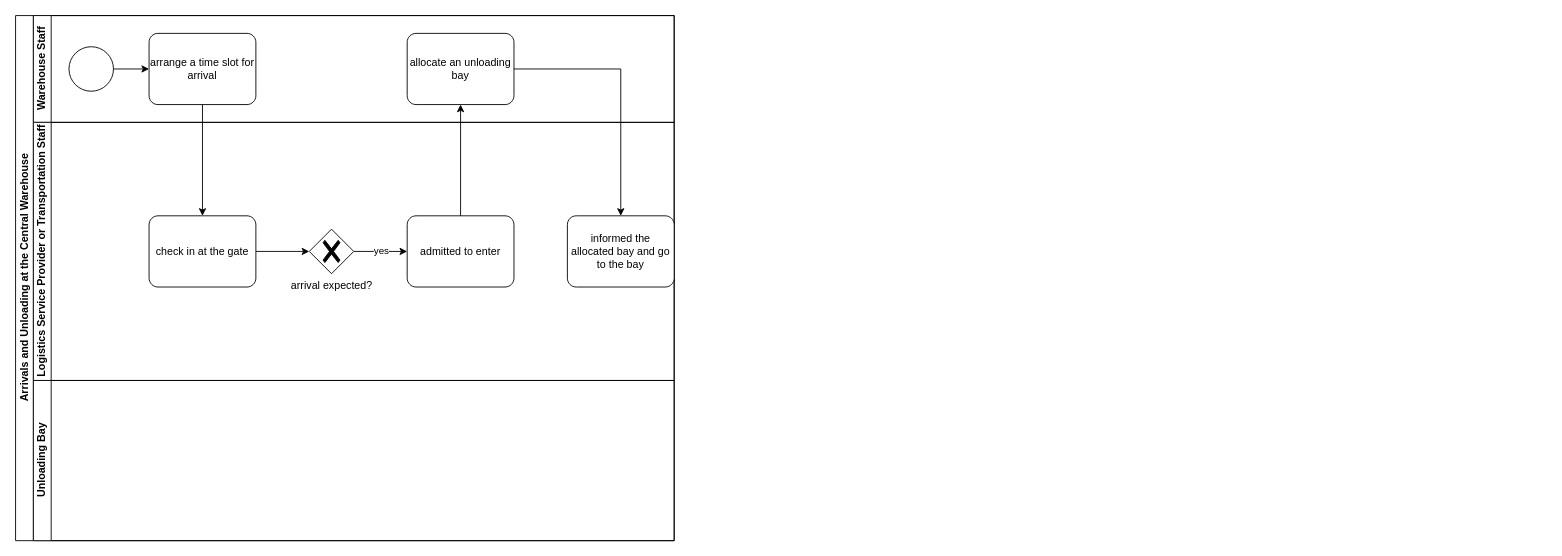
This is others/BPMN-Arrivals and Unloading at the Central Warehouse.drawio from cky008/note-nuist, a draw.io file, before an edit. Source tidied: cells renumbered, new cells numbered last; positions are measured from the earlier drawing's top-left corner, leaving out a move shared by most shapes. Both pictures are drawn from the tidied source at 89%, with x=0, y=0 at pixel (15, 15).
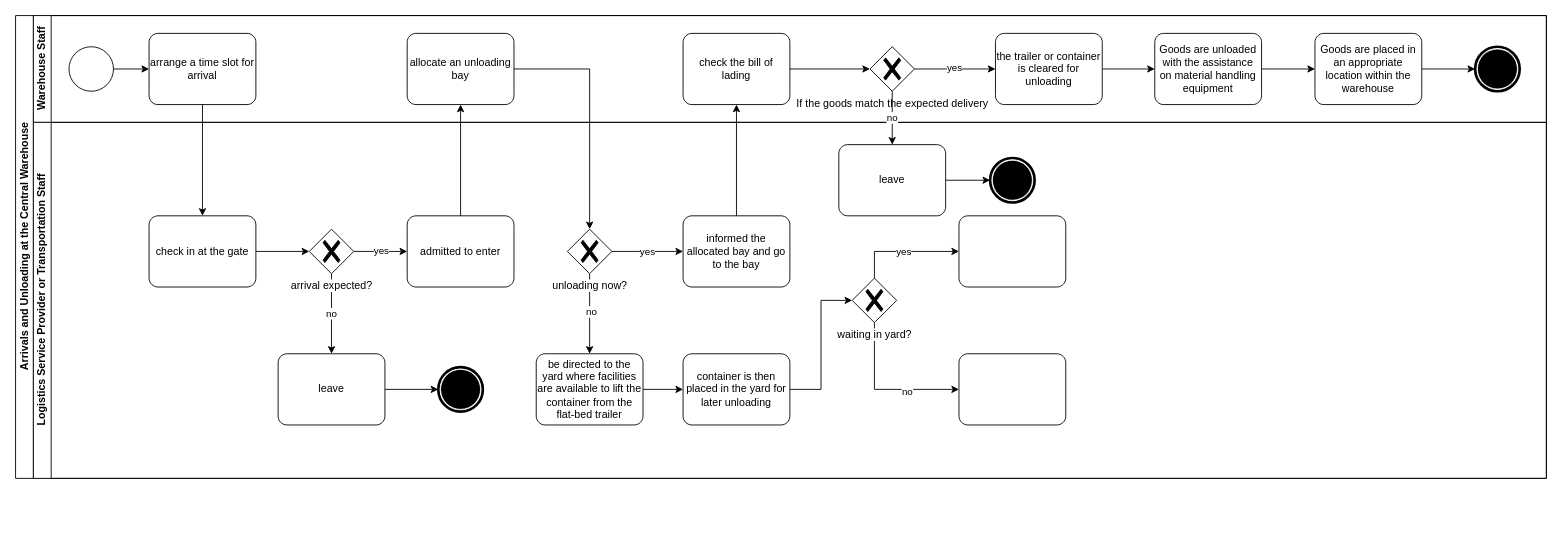
The same page after the edit.

Unchanged cells that the change refers to:
```xml
<mxCell id="7" value="allocate an unloading bay" style="points=[[0.25,0,0],[0.5,0,0],[0.75,0,0],[1,0.25,0],[1,0.5,0],[1,0.75,0],[0.75,1,0],[0.5,1,0],[0.25,1,0],[0,0.75,0],[0,0.5,0],[0,0.25,0]];shape=mxgraph.bpmn.task;whiteSpace=wrap;rectStyle=rounded;size=10;html=1;taskMarker=abstract;" parent="3" vertex="1">
  <mxGeometry x="420" y="20" width="120" height="80" as="geometry" />
</mxCell>
<mxCell id="13" value="arrival&amp;nbsp;expected?" style="points=[[0.25,0.25,0],[0.5,0,0],[0.75,0.25,0],[1,0.5,0],[0.75,0.75,0],[0.5,1,0],[0.25,0.75,0],[0,0.5,0]];shape=mxgraph.bpmn.gateway2;html=1;verticalLabelPosition=bottom;labelBackgroundColor=#ffffff;verticalAlign=top;align=center;perimeter=rhombusPerimeter;outlineConnect=0;outline=none;symbol=none;gwType=exclusive;" parent="8" vertex="1">
  <mxGeometry x="310" y="120" width="50" height="50" as="geometry" />
</mxCell>
```

Diff of the diagram source:
```diff
@@
     <mxCell id="2" value="Arrivals and Unloading at the Central Warehouse" style="swimlane;html=1;horizontal=0;startSize=20;" parent="1" vertex="1">
-      <mxGeometry width="740" height="590" as="geometry" />
+      <mxGeometry width="1720" height="520" as="geometry" />
     </mxCell>
     <mxCell id="3" value="Warehouse Staff" style="swimlane;html=1;startSize=20;horizontal=0;" parent="2" vertex="1">
-      <mxGeometry x="20" width="720" height="120" as="geometry" />
+      <mxGeometry x="20" width="1700" height="120" as="geometry" />
     </mxCell>
@@
+    <mxCell id="20" value="check the bill of lading" style="points=[[0.25,0,0],[0.5,0,0],[0.75,0,0],[1,0.25,0],[1,0.5,0],[1,0.75,0],[0.75,1,0],[0.5,1,0],[0.25,1,0],[0,0.75,0],[0,0.5,0],[0,0.25,0]];shape=mxgraph.bpmn.task;whiteSpace=wrap;rectStyle=rounded;size=10;html=1;taskMarker=abstract;" parent="3" vertex="1">
+      <mxGeometry x="730" y="20" width="120" height="80" as="geometry" />
+    </mxCell>
+    <mxCell id="21" style="edgeStyle=orthogonalEdgeStyle;rounded=0;jettySize=auto;html=1;" parent="3" edge="1" source="23" target="26">
+      <mxGeometry relative="1" as="geometry" />
+    </mxCell>
+    <mxCell id="22" value="yes" style="edgeLabel;html=1;align=center;verticalAlign=middle;" parent="21" vertex="1">
+      <mxGeometry x="-0.03" y="2" relative="1" as="geometry" />
+    </mxCell>
+    <mxCell id="23" value="If the goods match the expected delivery" style="points=[[0.25,0.25,0],[0.5,0,0],[0.75,0.25,0],[1,0.5,0],[0.75,0.75,0],[0.5,1,0],[0.25,0.75,0],[0,0.5,0]];shape=mxgraph.bpmn.gateway2;html=1;verticalLabelPosition=bottom;labelBackgroundColor=#ffffff;verticalAlign=top;align=center;perimeter=rhombusPerimeter;outlineConnect=0;outline=none;symbol=none;gwType=exclusive;" parent="3" vertex="1">
+      <mxGeometry x="940" y="35" width="50" height="50" as="geometry" />
+    </mxCell>
+    <mxCell id="24" style="edgeStyle=orthogonalEdgeStyle;rounded=0;jettySize=auto;html=1;" parent="3" edge="1" source="20" target="23">
+      <mxGeometry relative="1" as="geometry" />
+    </mxCell>
+    <mxCell id="25" style="edgeStyle=orthogonalEdgeStyle;rounded=0;jettySize=auto;html=1;" parent="3" edge="1" source="26" target="27">
+      <mxGeometry relative="1" as="geometry" />
+    </mxCell>
+    <mxCell id="26" value="the trailer or container is cleared for unloading" style="points=[[0.25,0,0],[0.5,0,0],[0.75,0,0],[1,0.25,0],[1,0.5,0],[1,0.75,0],[0.75,1,0],[0.5,1,0],[0.25,1,0],[0,0.75,0],[0,0.5,0],[0,0.25,0]];shape=mxgraph.bpmn.task;whiteSpace=wrap;rectStyle=rounded;size=10;html=1;taskMarker=abstract;" parent="3" vertex="1">
+      <mxGeometry x="1081" y="20" width="120" height="80" as="geometry" />
+    </mxCell>
+    <mxCell id="27" value="Goods are unloaded with the assistance on material handling equipment" style="points=[[0.25,0,0],[0.5,0,0],[0.75,0,0],[1,0.25,0],[1,0.5,0],[1,0.75,0],[0.75,1,0],[0.5,1,0],[0.25,1,0],[0,0.75,0],[0,0.5,0],[0,0.25,0]];shape=mxgraph.bpmn.task;whiteSpace=wrap;rectStyle=rounded;size=10;html=1;taskMarker=abstract;" parent="3" vertex="1">
+      <mxGeometry x="1260" y="20" width="120" height="80" as="geometry" />
+    </mxCell>
+    <mxCell id="28" style="points=[[0.145,0.145,0],[0.5,0,0],[0.855,0.145,0],[1,0.5,0],[0.855,0.855,0],[0.5,1,0],[0.145,0.855,0],[0,0.5,0]];shape=mxgraph.bpmn.event;html=1;verticalLabelPosition=bottom;labelBackgroundColor=#ffffff;verticalAlign=top;align=center;perimeter=ellipsePerimeter;outlineConnect=0;outline=end;symbol=terminate;" parent="3" vertex="1">
+      <mxGeometry x="1620" y="35" width="50" height="50" as="geometry" />
+    </mxCell>
     <mxCell id="8" value="Logistics Service Provider or&amp;nbsp;Transportation Staff" style="swimlane;html=1;startSize=20;horizontal=0;" parent="2" vertex="1">
-      <mxGeometry x="20" y="120" width="720" height="290" as="geometry" />
+      <mxGeometry x="20" y="120" width="1700" height="400" as="geometry" />
     </mxCell>
@@
+    <mxCell id="29" value="no" style="edgeStyle=orthogonalEdgeStyle;rounded=0;jettySize=auto;html=1;entryX=0.5;entryY=0;entryDx=0;entryDy=0;entryPerimeter=0;" parent="8" edge="1" source="13" target="39">
+      <mxGeometry relative="1" as="geometry" />
+    </mxCell>
@@
+    <mxCell id="30" style="edgeStyle=orthogonalEdgeStyle;rounded=0;jettySize=auto;html=1;" parent="8" edge="1" source="32" target="34">
+      <mxGeometry relative="1" as="geometry" />
+    </mxCell>
+    <mxCell id="31" value="no" style="edgeLabel;html=1;align=center;verticalAlign=middle;" parent="30" vertex="1">
+      <mxGeometry x="-0.08" y="1" relative="1" as="geometry">
+        <mxPoint y="1" as="offset" />
+      </mxGeometry>
+    </mxCell>
+    <mxCell id="32" value="unloading now?" style="points=[[0.25,0.25,0],[0.5,0,0],[0.75,0.25,0],[1,0.5,0],[0.75,0.75,0],[0.5,1,0],[0.25,0.75,0],[0,0.5,0]];shape=mxgraph.bpmn.gateway2;html=1;verticalLabelPosition=bottom;labelBackgroundColor=#ffffff;verticalAlign=top;align=center;perimeter=rhombusPerimeter;outlineConnect=0;outline=none;symbol=none;gwType=exclusive;" parent="8" vertex="1">
+      <mxGeometry x="600" y="120" width="50" height="50" as="geometry" />
+    </mxCell>
+    <mxCell id="33" style="edgeStyle=orthogonalEdgeStyle;rounded=0;jettySize=auto;html=1;" parent="8" edge="1" source="34" target="36">
+      <mxGeometry relative="1" as="geometry" />
+    </mxCell>
+    <mxCell id="34" value="be&amp;nbsp;directed to the yard where facilities are available to lift the container from the flat-bed trailer" style="points=[[0.25,0,0],[0.5,0,0],[0.75,0,0],[1,0.25,0],[1,0.5,0],[1,0.75,0],[0.75,1,0],[0.5,1,0],[0.25,1,0],[0,0.75,0],[0,0.5,0],[0,0.25,0]];shape=mxgraph.bpmn.task;whiteSpace=wrap;rectStyle=rounded;size=10;html=1;taskMarker=abstract;" parent="8" vertex="1">
+      <mxGeometry x="565" y="260" width="120" height="80" as="geometry" />
+    </mxCell>
+    <mxCell id="35" style="edgeStyle=orthogonalEdgeStyle;rounded=0;jettySize=auto;html=1;entryX=0;entryY=0.5;entryDx=0;entryDy=0;entryPerimeter=0;" parent="8" edge="1" source="36" target="44">
+      <mxGeometry relative="1" as="geometry" />
+    </mxCell>
+    <mxCell id="36" value="container is then placed in the yard for later unloading" style="points=[[0.25,0,0],[0.5,0,0],[0.75,0,0],[1,0.25,0],[1,0.5,0],[1,0.75,0],[0.75,1,0],[0.5,1,0],[0.25,1,0],[0,0.75,0],[0,0.5,0],[0,0.25,0]];shape=mxgraph.bpmn.task;whiteSpace=wrap;rectStyle=rounded;size=10;html=1;taskMarker=abstract;" parent="8" vertex="1">
+      <mxGeometry x="730" y="260" width="120" height="80" as="geometry" />
+    </mxCell>
     <mxCell id="15" value="informed the allocated bay and go to the bay" style="points=[[0.25,0,0],[0.5,0,0],[0.75,0,0],[1,0.25,0],[1,0.5,0],[1,0.75,0],[0.75,1,0],[0.5,1,0],[0.25,1,0],[0,0.75,0],[0,0.5,0],[0,0.25,0]];shape=mxgraph.bpmn.task;whiteSpace=wrap;rectStyle=rounded;size=10;html=1;taskMarker=abstract;" parent="8" vertex="1">
-      <mxGeometry x="600" y="105" width="120" height="80" as="geometry" />
+      <mxGeometry x="730" y="105" width="120" height="80" as="geometry" />
     </mxCell>
-    <mxCell id="16" value="Unloading Bay" style="swimlane;html=1;startSize=20;horizontal=0;" parent="2" vertex="1">
-      <mxGeometry x="20" y="410" width="720" height="180" as="geometry" />
-    </mxCell>
+    <mxCell id="37" value="yes" style="edgeStyle=orthogonalEdgeStyle;rounded=0;jettySize=auto;html=1;" parent="8" edge="1" source="32" target="15">
+      <mxGeometry relative="1" as="geometry" />
+    </mxCell>
+    <mxCell id="38" style="edgeStyle=orthogonalEdgeStyle;rounded=0;jettySize=auto;html=1;entryX=0;entryY=0.5;entryDx=0;entryDy=0;entryPerimeter=0;" parent="8" edge="1" source="39" target="40">
+      <mxGeometry relative="1" as="geometry" />
+    </mxCell>
+    <mxCell id="39" value="leave" style="points=[[0.25,0,0],[0.5,0,0],[0.75,0,0],[1,0.25,0],[1,0.5,0],[1,0.75,0],[0.75,1,0],[0.5,1,0],[0.25,1,0],[0,0.75,0],[0,0.5,0],[0,0.25,0]];shape=mxgraph.bpmn.task;whiteSpace=wrap;rectStyle=rounded;size=10;html=1;taskMarker=abstract;" parent="8" vertex="1">
+      <mxGeometry x="275" y="260" width="120" height="80" as="geometry" />
+    </mxCell>
+    <mxCell id="40" style="points=[[0.145,0.145,0],[0.5,0,0],[0.855,0.145,0],[1,0.5,0],[0.855,0.855,0],[0.5,1,0],[0.145,0.855,0],[0,0.5,0]];shape=mxgraph.bpmn.event;html=1;verticalLabelPosition=bottom;labelBackgroundColor=#ffffff;verticalAlign=top;align=center;perimeter=ellipsePerimeter;outlineConnect=0;outline=end;symbol=terminate;" parent="8" vertex="1">
+      <mxGeometry x="455" y="275" width="50" height="50" as="geometry" />
+    </mxCell>
+    <mxCell id="41" value="yes" style="edgeStyle=orthogonalEdgeStyle;rounded=0;jettySize=auto;html=1;exitX=0.5;exitY=0;exitDx=0;exitDy=0;exitPerimeter=0;" parent="8" edge="1" source="44" target="45">
+      <mxGeometry relative="1" as="geometry" />
+    </mxCell>
+    <mxCell id="42" style="edgeStyle=orthogonalEdgeStyle;rounded=0;jettySize=auto;html=1;entryX=0;entryY=0.5;entryDx=0;entryDy=0;entryPerimeter=0;exitX=0.5;exitY=1;exitDx=0;exitDy=0;exitPerimeter=0;" parent="8" edge="1" source="44" target="46">
+      <mxGeometry relative="1" as="geometry" />
+    </mxCell>
+    <mxCell id="43" value="no" style="edgeLabel;html=1;align=center;verticalAlign=middle;" parent="42" vertex="1">
+      <mxGeometry x="0.31" y="-2" relative="1" as="geometry" />
+    </mxCell>
+    <mxCell id="44" value="waiting in yard?" style="points=[[0.25,0.25,0],[0.5,0,0],[0.75,0.25,0],[1,0.5,0],[0.75,0.75,0],[0.5,1,0],[0.25,0.75,0],[0,0.5,0]];shape=mxgraph.bpmn.gateway2;html=1;verticalLabelPosition=bottom;labelBackgroundColor=#ffffff;verticalAlign=top;align=center;perimeter=rhombusPerimeter;outlineConnect=0;outline=none;symbol=none;gwType=exclusive;" parent="8" vertex="1">
+      <mxGeometry x="920" y="175" width="50" height="50" as="geometry" />
+    </mxCell>
+    <mxCell id="45" style="points=[[0.25,0,0],[0.5,0,0],[0.75,0,0],[1,0.25,0],[1,0.5,0],[1,0.75,0],[0.75,1,0],[0.5,1,0],[0.25,1,0],[0,0.75,0],[0,0.5,0],[0,0.25,0]];shape=mxgraph.bpmn.task;whiteSpace=wrap;rectStyle=rounded;size=10;html=1;taskMarker=abstract;" parent="8" vertex="1">
+      <mxGeometry x="1040" y="105" width="120" height="80" as="geometry" />
+    </mxCell>
+    <mxCell id="46" style="points=[[0.25,0,0],[0.5,0,0],[0.75,0,0],[1,0.25,0],[1,0.5,0],[1,0.75,0],[0.75,1,0],[0.5,1,0],[0.25,1,0],[0,0.75,0],[0,0.5,0],[0,0.25,0]];shape=mxgraph.bpmn.task;whiteSpace=wrap;rectStyle=rounded;size=10;html=1;taskMarker=abstract;" parent="8" vertex="1">
+      <mxGeometry x="1040" y="260" width="120" height="80" as="geometry" />
+    </mxCell>
+    <mxCell id="47" style="edgeStyle=orthogonalEdgeStyle;rounded=0;jettySize=auto;html=1;" parent="8" edge="1" source="48" target="49">
+      <mxGeometry relative="1" as="geometry" />
+    </mxCell>
+    <mxCell id="48" value="leave" style="points=[[0.25,0,0],[0.5,0,0],[0.75,0,0],[1,0.25,0],[1,0.5,0],[1,0.75,0],[0.75,1,0],[0.5,1,0],[0.25,1,0],[0,0.75,0],[0,0.5,0],[0,0.25,0]];shape=mxgraph.bpmn.task;whiteSpace=wrap;rectStyle=rounded;size=10;html=1;taskMarker=abstract;" parent="8" vertex="1">
+      <mxGeometry x="905" y="25" width="120" height="80" as="geometry" />
+    </mxCell>
+    <mxCell id="49" style="points=[[0.145,0.145,0],[0.5,0,0],[0.855,0.145,0],[1,0.5,0],[0.855,0.855,0],[0.5,1,0],[0.145,0.855,0],[0,0.5,0]];shape=mxgraph.bpmn.event;html=1;verticalLabelPosition=bottom;labelBackgroundColor=#ffffff;verticalAlign=top;align=center;perimeter=ellipsePerimeter;outlineConnect=0;outline=end;symbol=terminate;" parent="8" vertex="1">
+      <mxGeometry x="1075" y="40" width="50" height="50" as="geometry" />
+    </mxCell>
@@
-    <mxCell id="19" style="edgeStyle=orthogonalEdgeStyle;rounded=0;jettySize=auto;html=1;" parent="2" edge="1" source="7" target="15">
+    <mxCell id="19" style="edgeStyle=orthogonalEdgeStyle;rounded=0;jettySize=auto;html=1;entryX=0.5;entryY=0;entryDx=0;entryDy=0;entryPerimeter=0;" parent="2" edge="1" source="7" target="32">
       <mxGeometry relative="1" as="geometry" />
     </mxCell>
+    <mxCell id="50" style="edgeStyle=orthogonalEdgeStyle;rounded=0;jettySize=auto;html=1;" parent="2" edge="1" source="15" target="20">
+      <mxGeometry relative="1" as="geometry" />
+    </mxCell>
+    <mxCell id="51" value="no" style="edgeStyle=orthogonalEdgeStyle;rounded=0;jettySize=auto;html=1;entryX=0.5;entryY=0;entryDx=0;entryDy=0;entryPerimeter=0;" parent="2" edge="1" source="23" target="48">
+      <mxGeometry relative="1" as="geometry" />
+    </mxCell>
+    <mxCell id="52" style="edgeStyle=orthogonalEdgeStyle;rounded=0;jettySize=auto;html=1;" parent="1" edge="1" source="53" target="28">
+      <mxGeometry relative="1" as="geometry" />
+    </mxCell>
+    <mxCell id="53" value="Goods are&amp;nbsp;placed in an appropriate location within the warehouse" style="points=[[0.25,0,0],[0.5,0,0],[0.75,0,0],[1,0.25,0],[1,0.5,0],[1,0.75,0],[0.75,1,0],[0.5,1,0],[0.25,1,0],[0,0.75,0],[0,0.5,0],[0,0.25,0]];shape=mxgraph.bpmn.task;whiteSpace=wrap;rectStyle=rounded;size=10;html=1;taskMarker=abstract;" parent="1" vertex="1">
+      <mxGeometry x="1460" y="20" width="120" height="80" as="geometry" />
+    </mxCell>
+    <mxCell id="54" style="edgeStyle=orthogonalEdgeStyle;rounded=0;jettySize=auto;html=1;" parent="1" edge="1" source="27" target="53">
+      <mxGeometry relative="1" as="geometry" />
+    </mxCell>
```
